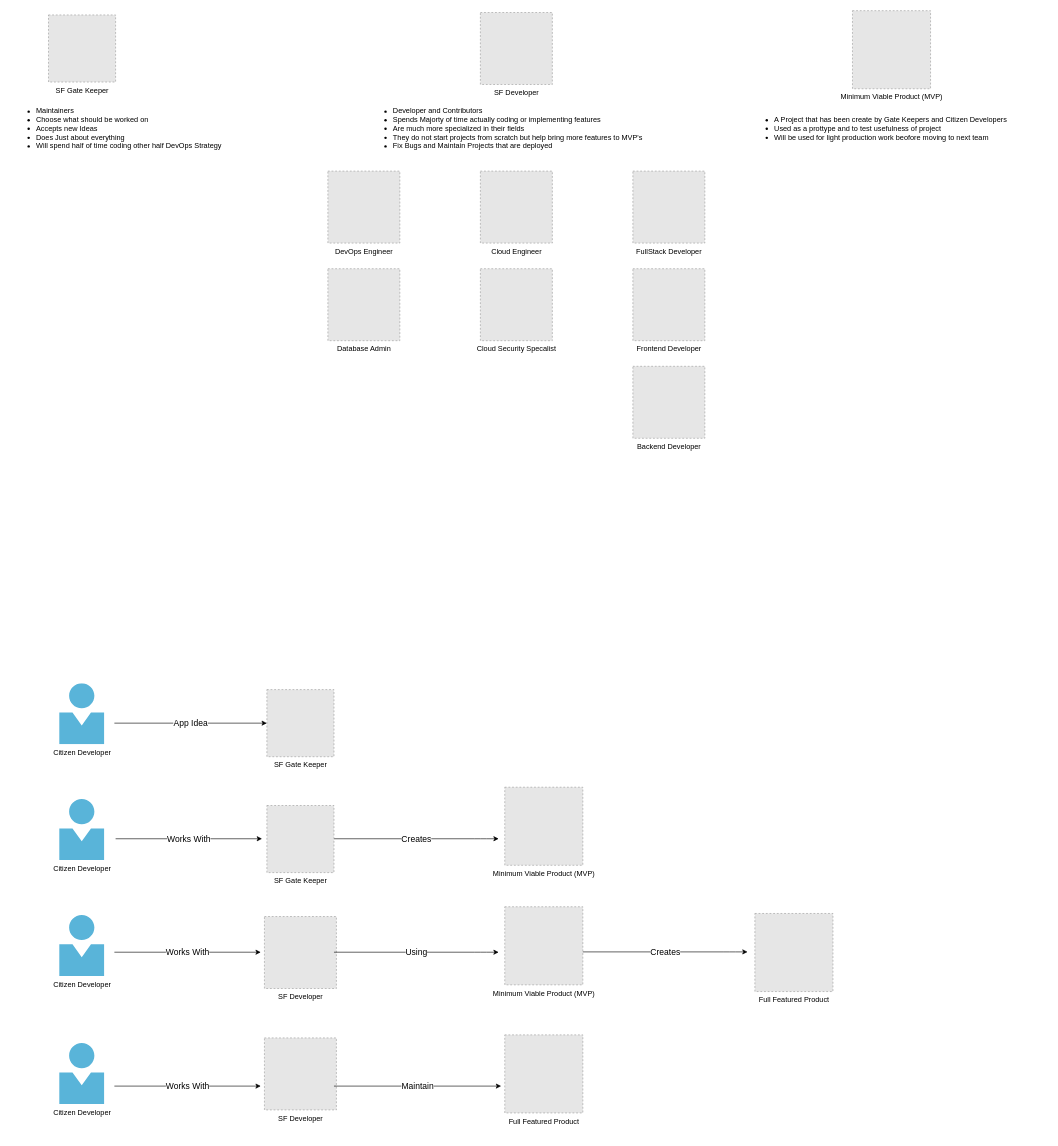
This is page "Page-1" (1 of 2) of RRDiagrams.drawio from ITM007/ITM007, a draw.io file, before an edit. Source tidied: cells renumbered, new cells numbered last; positions are measured from the earlier drawing's top-left corner, leaving out a move shared by most shapes. Both pictures are drawn from the tidied source at 61%, with x=0, y=0 at pixel (10, 10). Pictures stored in the file or linked from it are replaced by grey dashed boxes.
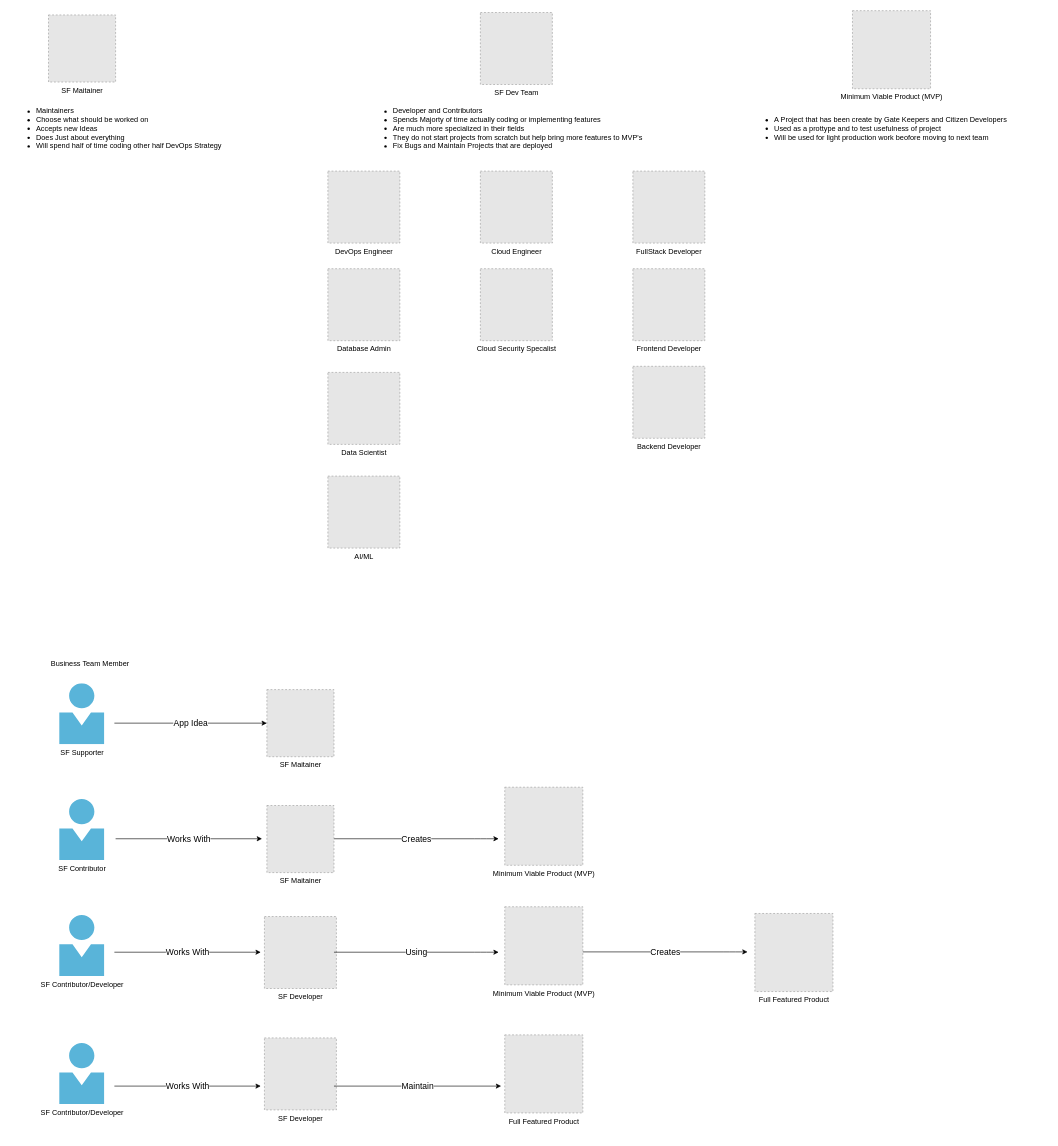
Above is the later version.

Change to the diagram source:
```diff
@@
-    <mxCell id="2" value="SF Gate Keeper" style="fillColor=#E6E6E6;strokeColor=#999999;dashed=1;html=1;verticalAlign=top;verticalLabelPosition=bottom;labelBackgroundColor=#ffffff;" parent="1" vertex="1">
+    <mxCell id="2" value="SF Maitainer" style="fillColor=#E6E6E6;strokeColor=#999999;dashed=1;html=1;verticalAlign=top;verticalLabelPosition=bottom;labelBackgroundColor=#ffffff;" parent="1" vertex="1">
       <mxGeometry x="420" y="1113" width="110" height="110" as="geometry" />
     </mxCell>
@@
-    <mxCell id="4" value="&lt;div&gt;Citizen Developer&lt;/div&gt;&lt;div&gt;&lt;br&gt;&lt;/div&gt;" style="html=1;align=center;image;fontSize=12;image=img/lib/mscae/Person.svg;" parent="1" vertex="1">
+    <mxCell id="4" value="&lt;div&gt;SF Supporter&lt;br&gt;&lt;/div&gt;&lt;div&gt;&lt;br&gt;&lt;/div&gt;" style="html=1;align=center;image;fontSize=12;image=img/lib/mscae/Person.svg;" parent="1" vertex="1">
       <mxGeometry x="80" y="1103" width="74" height="100" as="geometry" />
     </mxCell>
@@
-    <mxCell id="8" value="&lt;div&gt;Citizen Developer&lt;/div&gt;&lt;div&gt;&lt;br&gt;&lt;/div&gt;" style="html=1;align=center;image;fontSize=12;image=img/lib/mscae/Person.svg;" parent="1" vertex="1">
+    <mxCell id="8" value="SF Contributor" style="html=1;align=center;image;fontSize=12;image=img/lib/mscae/Person.svg;" parent="1" vertex="1">
       <mxGeometry x="80" y="1293" width="74" height="100" as="geometry" />
     </mxCell>
-    <mxCell id="9" value="&lt;div&gt;Citizen Developer&lt;/div&gt;&lt;div&gt;&lt;br&gt;&lt;/div&gt;" style="html=1;align=center;image;fontSize=12;image=img/lib/mscae/Person.svg;" parent="1" vertex="1">
+    <mxCell id="9" value="&lt;div&gt;SF Contributor/Developer&lt;/div&gt;&lt;div&gt;&lt;br&gt;&lt;/div&gt;" style="html=1;align=center;image;fontSize=12;image=img/lib/mscae/Person.svg;" parent="1" vertex="1">
       <mxGeometry x="80" y="1483" width="74" height="100" as="geometry" />
     </mxCell>
-    <mxCell id="10" value="SF Gate Keeper" style="fillColor=#E6E6E6;strokeColor=#999999;dashed=1;html=1;verticalAlign=top;verticalLabelPosition=bottom;labelBackgroundColor=#ffffff;" parent="1" vertex="1">
+    <mxCell id="10" value="SF Maitainer" style="fillColor=#E6E6E6;strokeColor=#999999;dashed=1;html=1;verticalAlign=top;verticalLabelPosition=bottom;labelBackgroundColor=#ffffff;" parent="1" vertex="1">
       <mxGeometry x="420" y="1303" width="110" height="110" as="geometry" />
     </mxCell>
@@
-    <mxCell id="17" value="&lt;div&gt;Citizen Developer&lt;/div&gt;&lt;div&gt;&lt;br&gt;&lt;/div&gt;" style="html=1;align=center;image;fontSize=12;image=img/lib/mscae/Person.svg;" parent="1" vertex="1">
+    <mxCell id="17" value="&lt;div&gt;SF Contributor/Developer&lt;/div&gt;&lt;div&gt;&lt;br&gt;&lt;br&gt;&lt;/div&gt;" style="html=1;align=center;image;fontSize=12;image=img/lib/mscae/Person.svg;" parent="1" vertex="1">
       <mxGeometry x="80" y="1693" width="74" height="100" as="geometry" />
     </mxCell>
@@
-    <mxCell id="22" value="SF Gate Keeper" style="fillColor=#E6E6E6;strokeColor=#999999;dashed=1;html=1;verticalAlign=top;verticalLabelPosition=bottom;labelBackgroundColor=#ffffff;" parent="1" vertex="1">
+    <mxCell id="22" value="SF Maitainer" style="fillColor=#E6E6E6;strokeColor=#999999;dashed=1;html=1;verticalAlign=top;verticalLabelPosition=bottom;labelBackgroundColor=#ffffff;" parent="1" vertex="1">
       <mxGeometry x="62" y="7" width="110" height="110" as="geometry" />
     </mxCell>
-    <mxCell id="23" value="SF Developer" style="fillColor=#E6E6E6;strokeColor=#999999;dashed=1;html=1;verticalAlign=top;verticalLabelPosition=bottom;labelBackgroundColor=#ffffff;" parent="1" vertex="1">
+    <mxCell id="23" value="SF Dev Team" style="fillColor=#E6E6E6;strokeColor=#999999;dashed=1;html=1;verticalAlign=top;verticalLabelPosition=bottom;labelBackgroundColor=#ffffff;" parent="1" vertex="1">
       <mxGeometry x="770" y="3" width="118" height="118" as="geometry" />
     </mxCell>
@@
+    <mxCell id="35" value="&lt;div&gt;&lt;br&gt;&lt;/div&gt;&lt;div&gt;Business Team Member&lt;/div&gt;" style="text;html=1;align=center;verticalAlign=middle;strokeColor=none;" parent="1" vertex="1">
+      <mxGeometry x="50" y="1048" width="160" height="30" as="geometry" />
+    </mxCell>
+    <mxCell id="36" value="AI/ML" style="fillColor=#E6E6E6;strokeColor=#999999;dashed=1;html=1;verticalAlign=top;verticalLabelPosition=bottom;labelBackgroundColor=#ffffff;" parent="1" vertex="1">
+      <mxGeometry x="520" y="763" width="118" height="118" as="geometry" />
+    </mxCell>
+    <mxCell id="37" value="Data Scientist" style="fillColor=#E6E6E6;strokeColor=#999999;dashed=1;html=1;verticalAlign=top;verticalLabelPosition=bottom;labelBackgroundColor=#ffffff;" parent="1" vertex="1">
+      <mxGeometry x="520" y="593" width="118" height="118" as="geometry" />
+    </mxCell>
```
